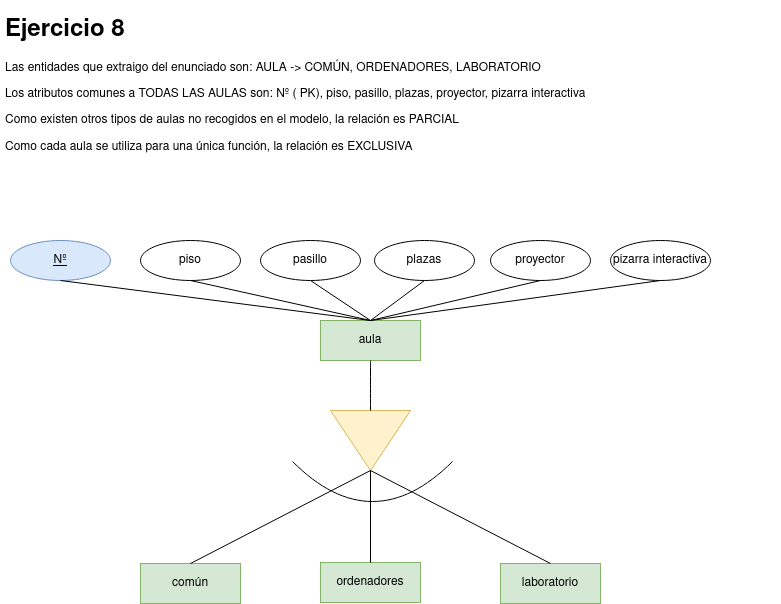
Before: ejercicio8.png, a diagram exported from draw.io (javigh193/bae). Source tidied: cells renumbered, new cells last; positions are measured from the earlier drawing's top-left corner, leaving out a move shared by most shapes.
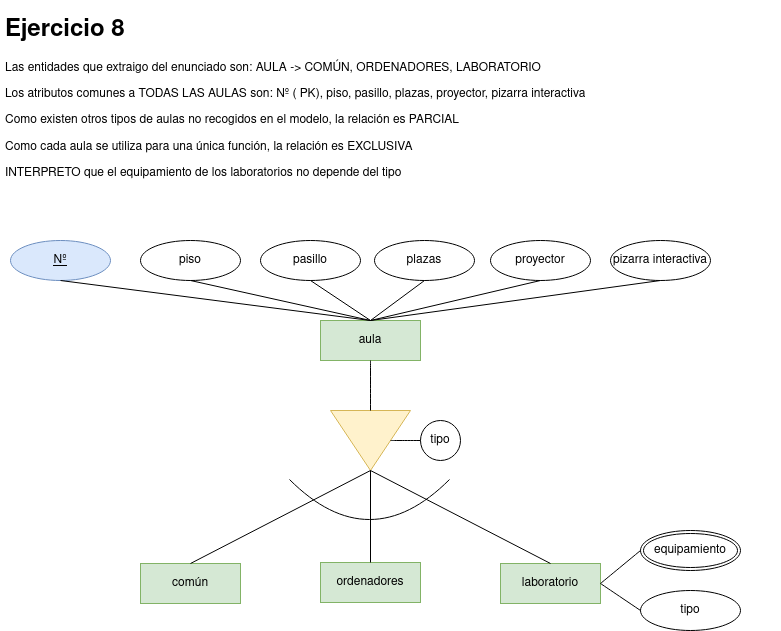
After the commit.

Change to the diagram source:
```diff
@@ -2,8 +2,8 @@
   <root>
     <mxCell id="0" />
     <mxCell id="1" parent="0" />
-    <mxCell id="2" value="&lt;h1&gt;Ejercicio 8 &lt;br&gt;&lt;/h1&gt;&lt;p&gt;Las entidades que extraigo del enunciado son: AULA -&amp;gt; COMÚN, ORDENADORES, LABORATORIO&amp;nbsp;&lt;/p&gt;&lt;p&gt;Los atributos comunes a TODAS LAS AULAS son: Nº ( PK), piso, pasillo, plazas, proyector, pizarra interactiva&lt;/p&gt;&lt;p&gt;Como existen otros tipos de aulas no recogidos en el modelo, la relación es PARCIAL&lt;br&gt;&lt;/p&gt;&lt;p&gt;Como cada aula se utiliza para una única función, la relación es EXCLUSIVA&lt;/p&gt;&lt;p&gt;&lt;br&gt;&lt;/p&gt;&lt;p&gt;&lt;br&gt;&lt;/p&gt;" style="text;html=1;strokeColor=none;fillColor=none;spacing=5;spacingTop=-20;whiteSpace=wrap;overflow=hidden;rounded=0;" parent="1" vertex="1">
-      <mxGeometry width="780" height="160" as="geometry" />
+    <mxCell id="2" value="&lt;h1&gt;Ejercicio 8 &lt;br&gt;&lt;/h1&gt;&lt;p&gt;Las entidades que extraigo del enunciado son: AULA -&amp;gt; COMÚN, ORDENADORES, LABORATORIO&amp;nbsp;&lt;/p&gt;&lt;p&gt;Los atributos comunes a TODAS LAS AULAS son: Nº ( PK), piso, pasillo, plazas, proyector, pizarra interactiva&lt;/p&gt;&lt;p&gt;Como existen otros tipos de aulas no recogidos en el modelo, la relación es PARCIAL&lt;br&gt;&lt;/p&gt;&lt;p&gt;Como cada aula se utiliza para una única función, la relación es EXCLUSIVA&lt;/p&gt;&lt;p&gt;INTERPRETO que el equipamiento de los laboratorios no depende del tipo&lt;br&gt;&lt;/p&gt;&lt;p&gt;&lt;br&gt;&lt;/p&gt;&lt;p&gt;&lt;br&gt;&lt;/p&gt;" style="text;html=1;strokeColor=none;fillColor=none;spacing=5;spacingTop=-20;whiteSpace=wrap;overflow=hidden;rounded=0;" parent="1" vertex="1">
+      <mxGeometry width="780" height="190" as="geometry" />
     </mxCell>
     <mxCell id="3" value="aula" style="whiteSpace=wrap;html=1;align=center;fillColor=#d5e8d4;strokeColor=#82b366;" parent="1" vertex="1">
       <mxGeometry x="320" y="310" width="100" height="40" as="geometry" />
@@ -71,15 +71,33 @@
     </mxCell>
     <mxCell id="23" style="endArrow=none;html=1;curved=1;" parent="1" edge="1">
       <mxGeometry relative="1" as="geometry">
-        <mxPoint x="292" y="451" as="sourcePoint" />
-        <mxPoint x="452" y="451" as="targetPoint" />
+        <mxPoint x="289" y="469" as="sourcePoint" />
+        <mxPoint x="449" y="469" as="targetPoint" />
         <Array as="points">
-          <mxPoint x="372" y="531" />
+          <mxPoint x="369" y="549" />
         </Array>
       </mxGeometry>
     </mxCell>
     <mxCell id="24" style="endArrow=none;html=1;rounded=0;curved=1;entryX=0;entryY=0.5;entryDx=0;entryDy=0;exitX=0.5;exitY=1;exitDx=0;exitDy=0;" parent="1" edge="1" source="3" target="19">
       <mxGeometry relative="1" as="geometry" />
     </mxCell>
+    <mxCell id="25" value="tipo" style="ellipse;whiteSpace=wrap;html=1;align=center;" parent="1" vertex="1">
+      <mxGeometry x="640" y="580" width="100" height="40" as="geometry" />
+    </mxCell>
+    <mxCell id="26" value="equipamiento" style="ellipse;shape=doubleEllipse;margin=3;whiteSpace=wrap;html=1;align=center;" parent="1" vertex="1">
+      <mxGeometry x="640" y="520" width="100" height="40" as="geometry" />
+    </mxCell>
+    <mxCell id="27" style="endArrow=none;html=1;rounded=0;curved=1;entryX=0;entryY=0.5;entryDx=0;entryDy=0;exitX=1;exitY=0.5;exitDx=0;exitDy=0;" parent="1" edge="1" source="18" target="26">
+      <mxGeometry relative="1" as="geometry" />
+    </mxCell>
+    <mxCell id="28" style="endArrow=none;html=1;rounded=0;curved=1;entryX=0;entryY=0.5;entryDx=0;entryDy=0;exitX=1;exitY=0.5;exitDx=0;exitDy=0;" parent="1" edge="1" source="18" target="25">
+      <mxGeometry relative="1" as="geometry" />
+    </mxCell>
+    <mxCell id="29" value="tipo" style="ellipse;whiteSpace=wrap;html=1;" parent="1" vertex="1">
+      <mxGeometry x="420" y="410" width="40" height="40" as="geometry" />
+    </mxCell>
+    <mxCell id="30" style="endArrow=none;html=1;rounded=0;curved=1;entryX=0;entryY=0.5;entryDx=0;entryDy=0;exitX=0.5;exitY=0;exitDx=0;exitDy=0;" parent="1" edge="1" source="19" target="29">
+      <mxGeometry relative="1" as="geometry" />
+    </mxCell>
   </root>
 </mxGraphModel>
```
